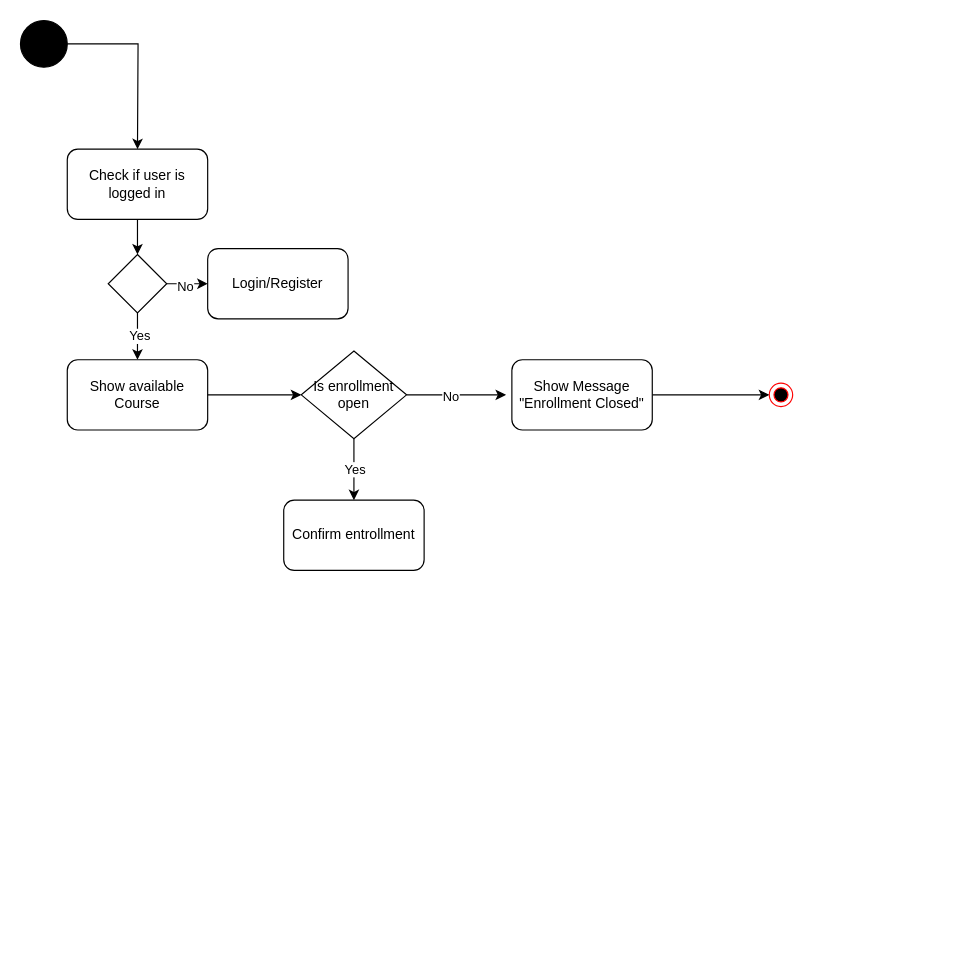
Youssufathalla/Programming-2 keeps this draw.io diagram as lab 6/Source files/Activitydiagram.drawio. Above is the earlier version. Source tidied: cells renumbered, new cells numbered last; positions are measured from the earlier drawing's top-left corner, leaving out a move shared by most shapes. Both pictures are drawn from the tidied source at 117%, with x=0, y=0 at pixel (20, 20).
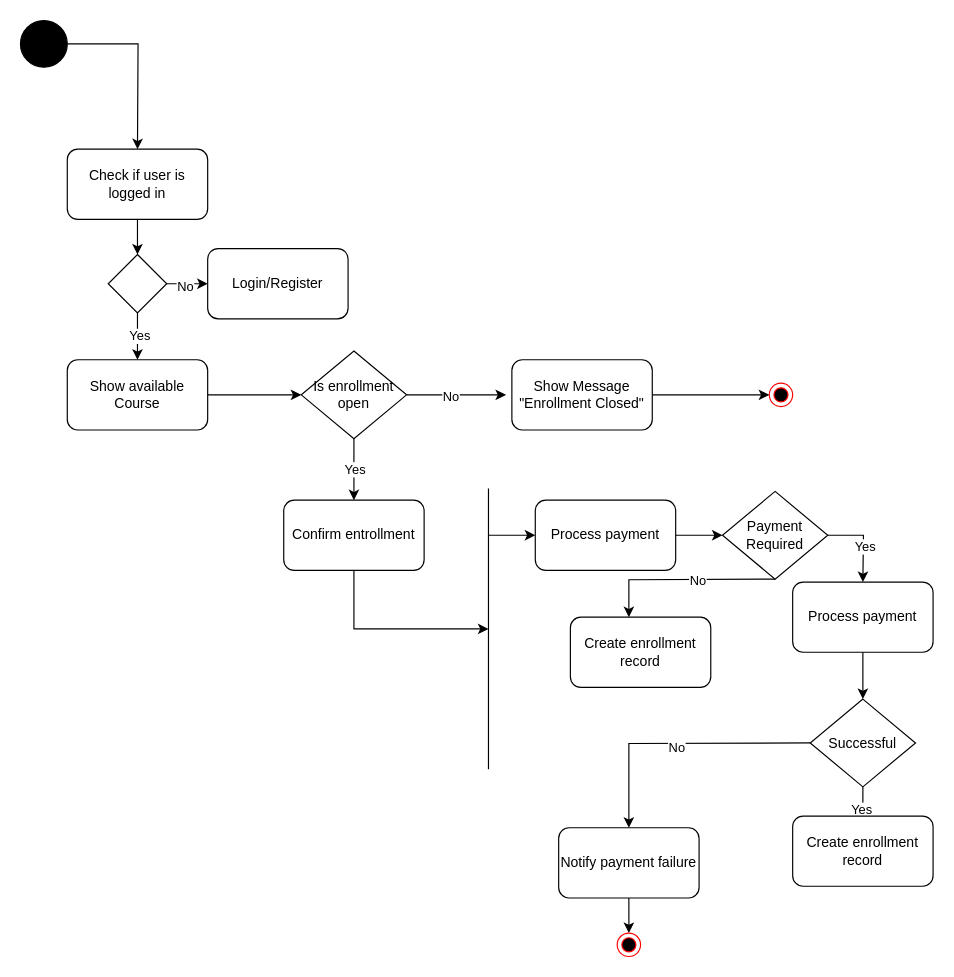
The same diagram, later.

Commit message:
Payment Path

Unchanged cells that the change refers to:
```xml
<mxCell id="22" value="Confirm entrollment" style="rounded=1;whiteSpace=wrap;html=1;" parent="1" vertex="1">
  <mxGeometry x="225" y="410" width="120" height="60" as="geometry" />
</mxCell>
```

What changed in the source:
```diff
@@
+    <mxCell id="23" style="endArrow=classic;html=1;rounded=0;exitX=0.5;exitY=1;exitDx=0;exitDy=0;" parent="1" edge="1" source="22">
+      <mxGeometry relative="1" as="geometry">
+        <mxPoint x="400" y="520" as="targetPoint" />
+        <Array as="points">
+          <mxPoint x="285" y="520" />
+        </Array>
+      </mxGeometry>
+    </mxCell>
+    <mxCell id="24" style="endArrow=none;html=1;rounded=0;" parent="1" edge="1">
+      <mxGeometry relative="1" as="geometry">
+        <mxPoint x="400" y="640" as="sourcePoint" />
+        <mxPoint x="400" y="400" as="targetPoint" />
+      </mxGeometry>
+    </mxCell>
+    <mxCell id="25" style="endArrow=classic;html=1;rounded=0;" parent="1" edge="1">
+      <mxGeometry relative="1" as="geometry">
+        <mxPoint x="400" y="440" as="sourcePoint" />
+        <mxPoint x="440" y="440" as="targetPoint" />
+      </mxGeometry>
+    </mxCell>
+    <mxCell id="26" style="edgeStyle=orthogonalEdgeStyle;rounded=0;jettySize=auto;html=1;" parent="1" edge="1" source="27">
+      <mxGeometry relative="1" as="geometry">
+        <mxPoint x="600" y="440" as="targetPoint" />
+      </mxGeometry>
+    </mxCell>
+    <mxCell id="27" value="Process payment" style="rounded=1;whiteSpace=wrap;html=1;" parent="1" vertex="1">
+      <mxGeometry x="440" y="410" width="120" height="60" as="geometry" />
+    </mxCell>
+    <mxCell id="28" style="edgeStyle=orthogonalEdgeStyle;rounded=0;jettySize=auto;html=1;" parent="1" edge="1" source="30">
+      <mxGeometry relative="1" as="geometry">
+        <mxPoint x="720" y="480" as="targetPoint" />
+      </mxGeometry>
+    </mxCell>
+    <mxCell id="29" value="Yes" style="edgeLabel;html=1;align=center;verticalAlign=middle;" parent="28" vertex="1">
+      <mxGeometry x="0.14" y="1" relative="1" as="geometry" />
+    </mxCell>
+    <mxCell id="30" value="Payment Required" style="rhombus;whiteSpace=wrap;html=1;" parent="1" vertex="1">
+      <mxGeometry x="600" y="402.5" width="90" height="75" as="geometry" />
+    </mxCell>
+    <mxCell id="31" style="edgeStyle=orthogonalEdgeStyle;rounded=0;jettySize=auto;html=1;" parent="1" edge="1" source="32">
+      <mxGeometry relative="1" as="geometry">
+        <mxPoint x="720" y="580" as="targetPoint" />
+      </mxGeometry>
+    </mxCell>
+    <mxCell id="32" value="Process payment" style="rounded=1;whiteSpace=wrap;html=1;" parent="1" vertex="1">
+      <mxGeometry x="660" y="480" width="120" height="60" as="geometry" />
+    </mxCell>
+    <mxCell id="33" style="edgeStyle=orthogonalEdgeStyle;rounded=0;jettySize=auto;html=1;" parent="1" edge="1" source="35">
+      <mxGeometry relative="1" as="geometry">
+        <mxPoint x="720" y="680" as="targetPoint" />
+      </mxGeometry>
+    </mxCell>
+    <mxCell id="34" value="Yes" style="edgeLabel;html=1;align=center;verticalAlign=middle;" parent="33" vertex="1">
+      <mxGeometry x="0.49" y="-2" relative="1" as="geometry" />
+    </mxCell>
+    <mxCell id="35" value="Successful" style="rhombus;whiteSpace=wrap;html=1;" parent="1" vertex="1">
+      <mxGeometry x="675" y="580" width="90" height="75" as="geometry" />
+    </mxCell>
+    <mxCell id="36" style="endArrow=classic;html=1;rounded=0;exitX=0.5;exitY=1;exitDx=0;exitDy=0;" parent="1" edge="1" source="30">
+      <mxGeometry relative="1" as="geometry">
+        <mxPoint x="520" y="510" as="targetPoint" />
+        <Array as="points">
+          <mxPoint x="520" y="478" />
+        </Array>
+      </mxGeometry>
+    </mxCell>
+    <mxCell id="37" value="No" style="edgeLabel;html=1;align=center;verticalAlign=middle;" parent="36" vertex="1">
+      <mxGeometry x="-0.15" y="1" relative="1" as="geometry" />
+    </mxCell>
+    <mxCell id="38" value="Create enrollment record" style="rounded=1;whiteSpace=wrap;html=1;" parent="1" vertex="1">
+      <mxGeometry x="470" y="510" width="120" height="60" as="geometry" />
+    </mxCell>
+    <mxCell id="39" value="Create enrollment record" style="rounded=1;whiteSpace=wrap;html=1;" parent="1" vertex="1">
+      <mxGeometry x="660" y="680" width="120" height="60" as="geometry" />
+    </mxCell>
+    <mxCell id="40" style="endArrow=classic;html=1;rounded=0;exitX=0;exitY=0.5;exitDx=0;exitDy=0;" parent="1" edge="1" source="35">
+      <mxGeometry relative="1" as="geometry">
+        <mxPoint x="520" y="690" as="targetPoint" />
+        <Array as="points">
+          <mxPoint x="520" y="618" />
+        </Array>
+      </mxGeometry>
+    </mxCell>
+    <mxCell id="41" value="No" style="edgeLabel;html=1;align=center;verticalAlign=middle;" parent="40" vertex="1">
+      <mxGeometry x="0.01" y="4" relative="1" as="geometry" />
+    </mxCell>
+    <mxCell id="42" style="edgeStyle=orthogonalEdgeStyle;rounded=0;jettySize=auto;html=1;" parent="1" edge="1" source="43">
+      <mxGeometry relative="1" as="geometry">
+        <mxPoint x="520" y="780" as="targetPoint" />
+      </mxGeometry>
+    </mxCell>
+    <mxCell id="43" value="Notify&amp;nbsp;payment failure" style="rounded=1;whiteSpace=wrap;html=1;" parent="1" vertex="1">
+      <mxGeometry x="460" y="690" width="120" height="60" as="geometry" />
+    </mxCell>
+    <mxCell id="44" style="ellipse;html=1;shape=endState;fillColor=#000000;strokeColor=#ff0000;" parent="1" vertex="1">
+      <mxGeometry x="510" y="780" width="20" height="20" as="geometry" />
+    </mxCell>
```
